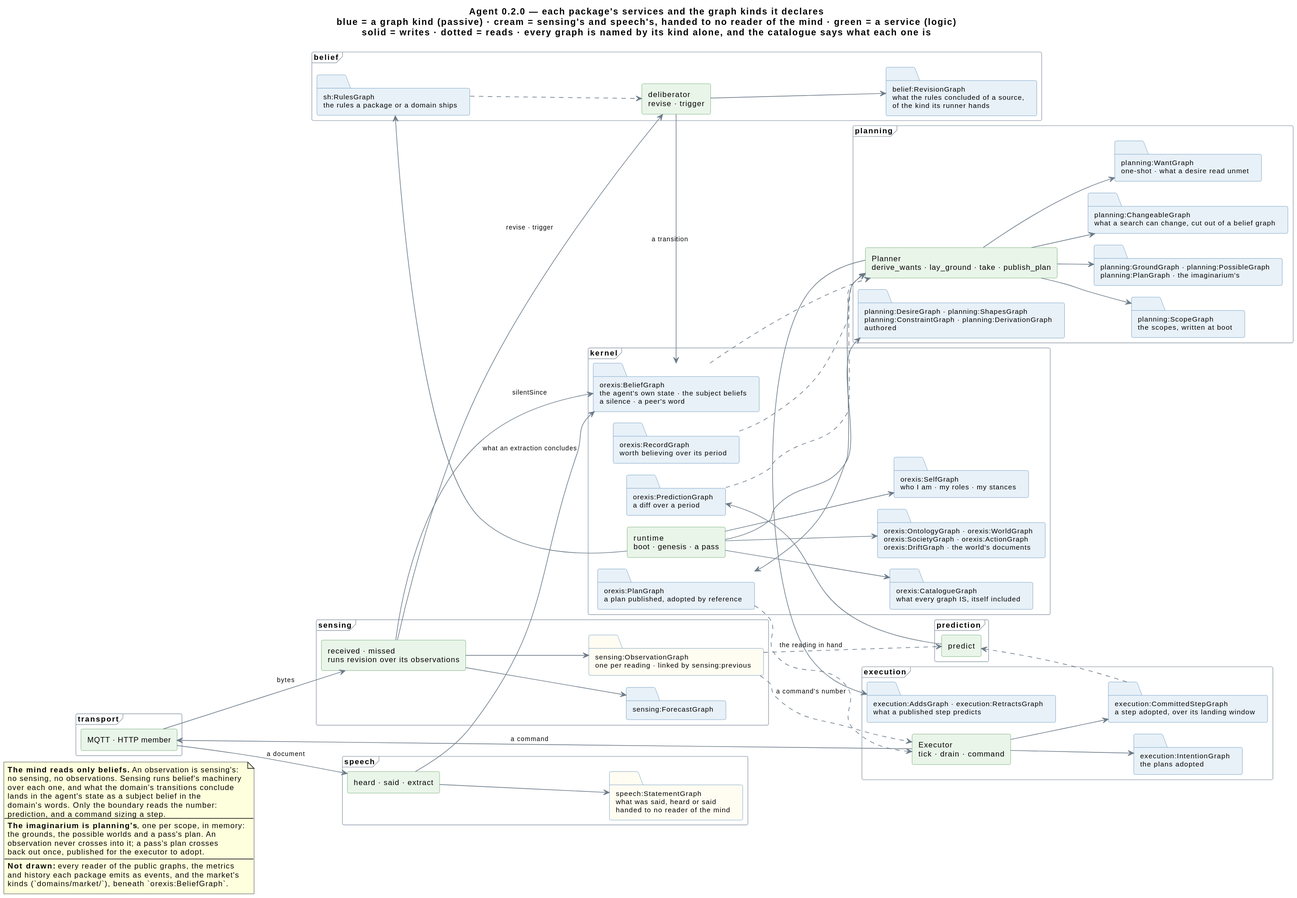
The PlantUML diagram knowledge/diagrams/agent-structure.svg in ShishkinDmitriy/orexis, before a commit.
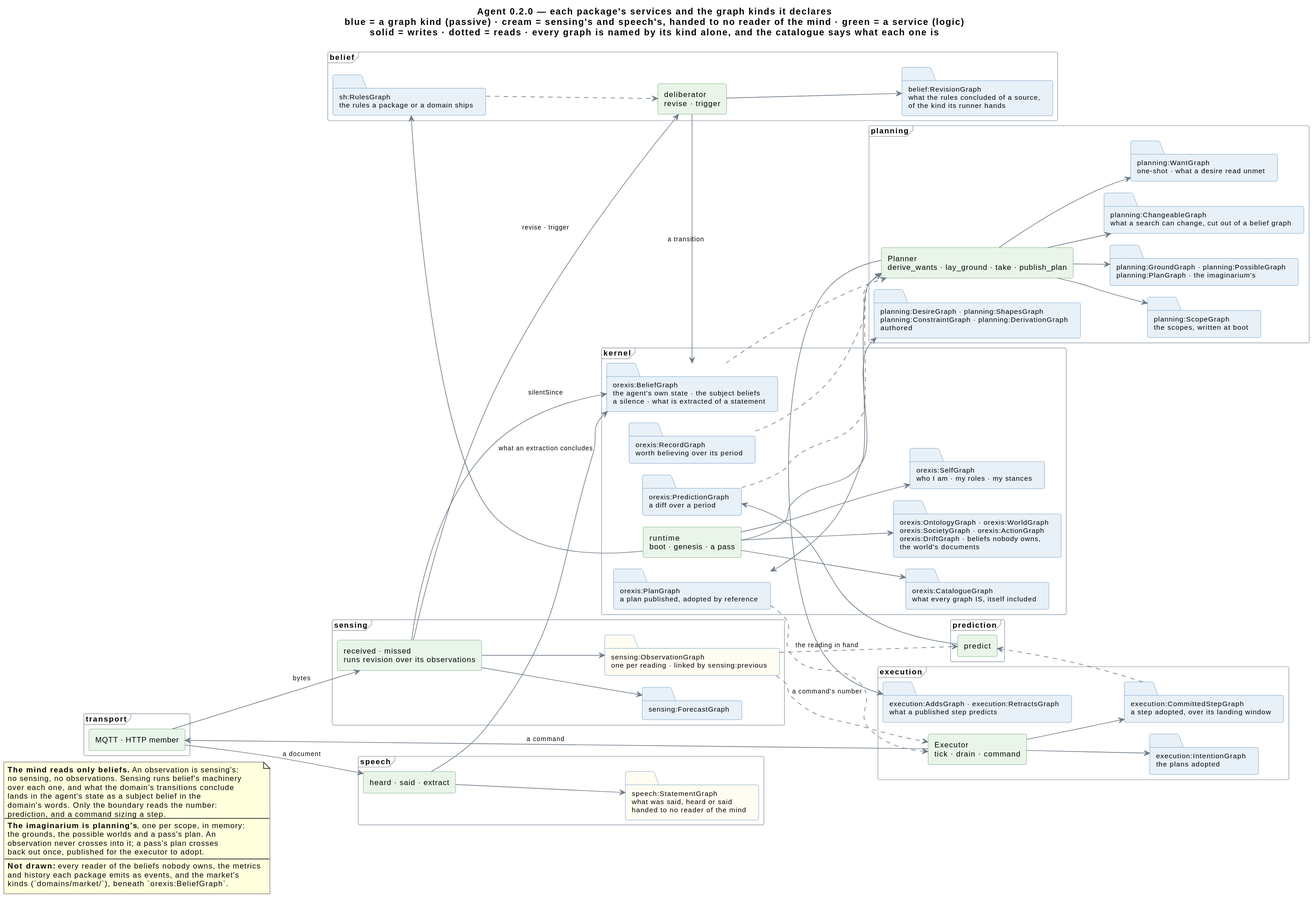
Above is the later version.

What changed in the source:
```diff
@@ -47,9 +47,9 @@
 frame "kernel" {
   component "runtime\nboot · genesis · a pass" as RT
   folder "orexis:CatalogueGraph\nwhat every graph IS, itself included" as cat
-  folder "orexis:OntologyGraph · orexis:WorldGraph\norexis:SocietyGraph · orexis:ActionGraph\norexis:DriftGraph · the world's documents" as pub
+  folder "orexis:OntologyGraph · orexis:WorldGraph\norexis:SocietyGraph · orexis:ActionGraph\norexis:DriftGraph · beliefs nobody owns,\nthe world's documents" as pub
   folder "orexis:SelfGraph\nwho I am · my roles · my stances" as self
-  folder "orexis:BeliefGraph\nthe agent's own state · the subject beliefs\na silence · a peer's word" as st
+  folder "orexis:BeliefGraph\nthe agent's own state · the subject beliefs\na silence · what is extracted of a statement" as st
   folder "orexis:PredictionGraph\na diff over a period" as pr
   folder "orexis:PlanGraph\na plan published, adopted by reference" as plan
   folder "orexis:RecordGraph\nworth believing over its period" as rec
@@ -125,7 +125,7 @@
   observation never crosses into it; a pass's plan crosses
   back out once, published for the executor to adopt.
   ----
-  **Not drawn:** every reader of the public graphs, the metrics
+  **Not drawn:** every reader of the beliefs nobody owns, the metrics
   and history each package emits as events, and the market's
   kinds (`domains/market/`), beneath `orexis:BeliefGraph`.
 end note
```
